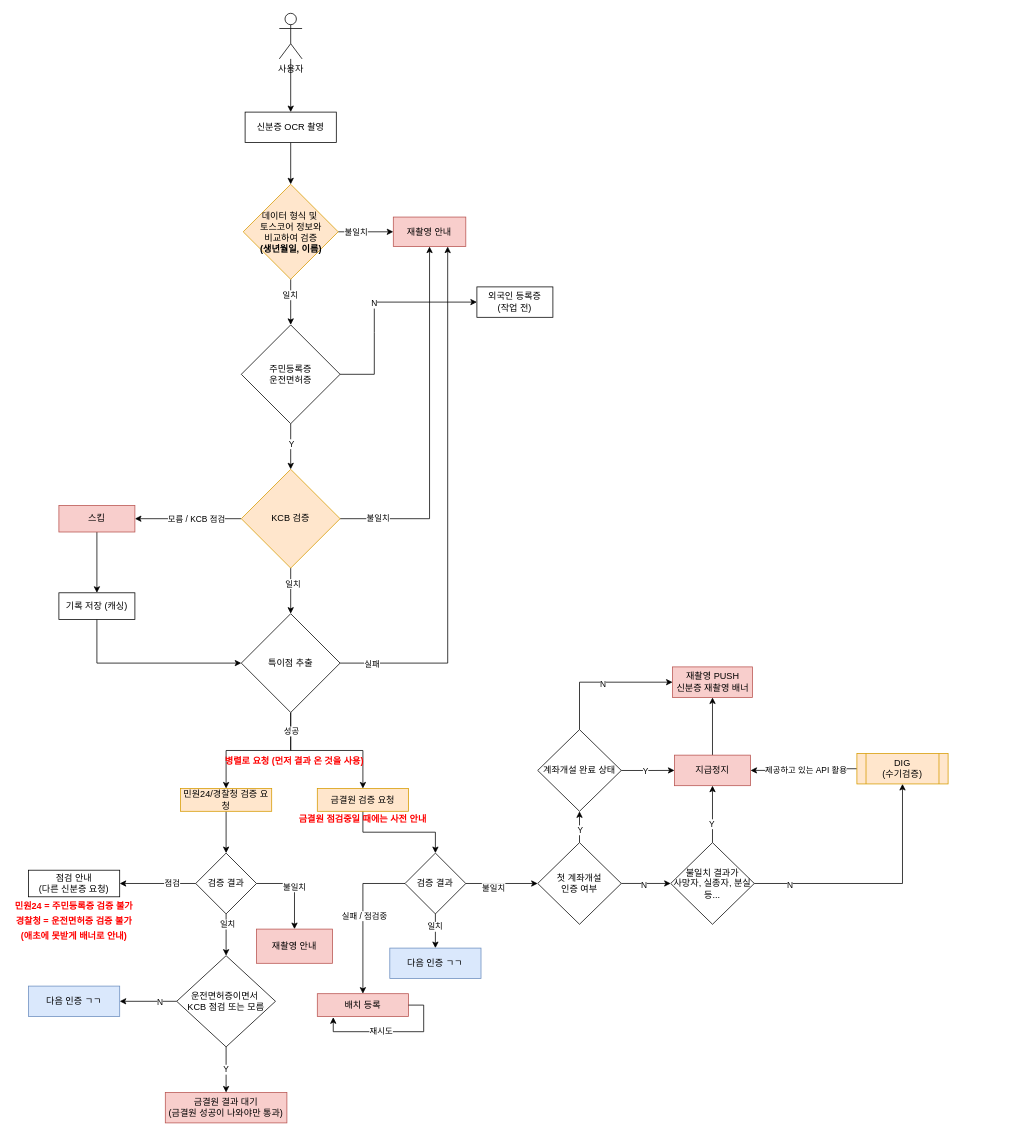
Earlier version of the draw.io diagram Untitled Diagram.drawio (krrrr-b/today-i-learn). Source tidied: cells renumbered, new cells numbered last; positions are measured from the earlier drawing's top-left corner, leaving out a move shared by most shapes. Both pictures are drawn from the tidied source at 76%, with x=0, y=0 at pixel (13, 13).
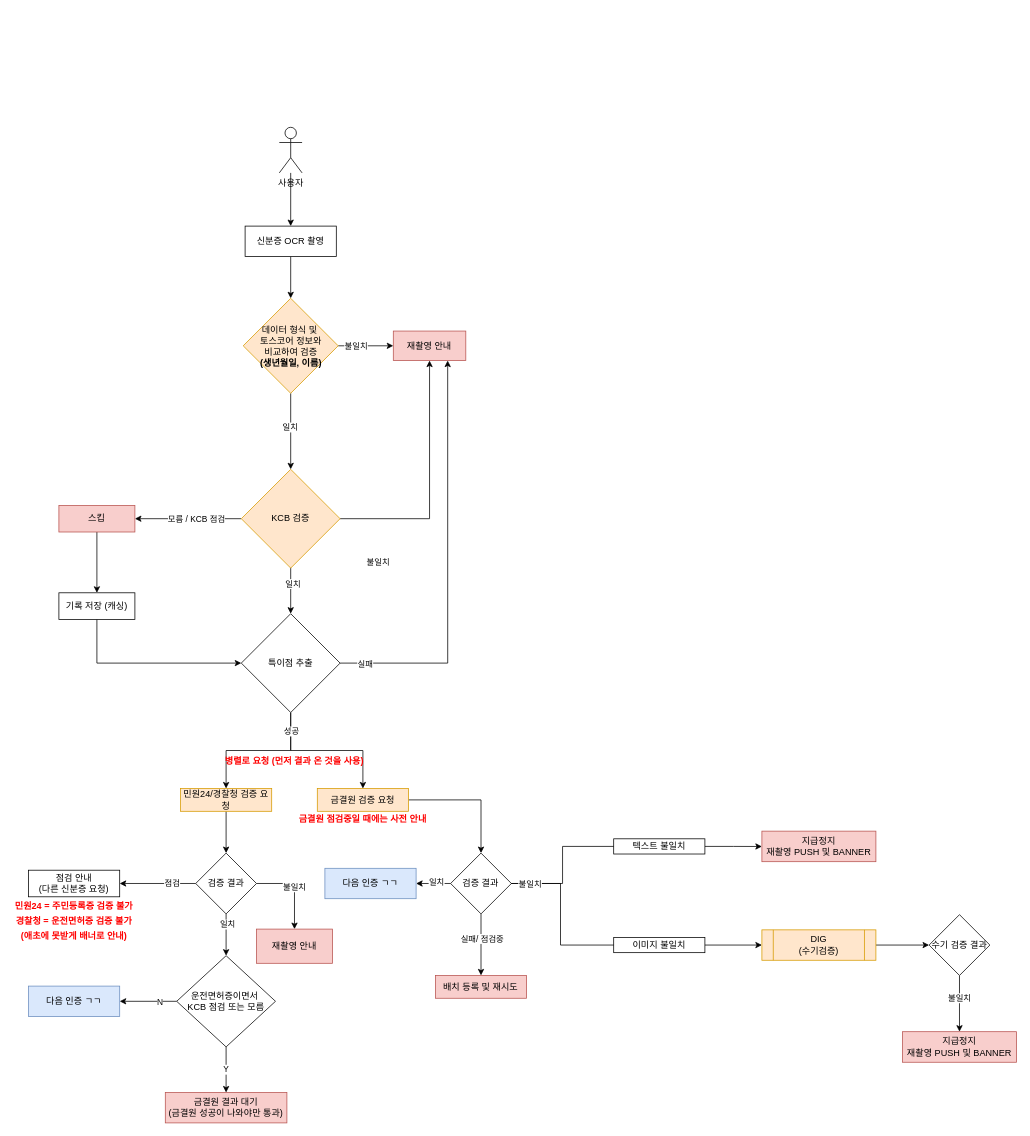
Above is the later version.

The change refers to these unchanged cells:
```xml
<mxCell id="23" value="KCB 검증" style="rhombus;whiteSpace=wrap;html=1;fillColor=#ffe6cc;strokeColor=#d79b00;" parent="1" vertex="1">
  <mxGeometry x="300" y="600" width="130" height="130" as="geometry" />
</mxCell>
```

Change to the diagram source:
```diff
@@
     <mxCell id="3" value="사용자" style="shape=umlActor;verticalLabelPosition=bottom;verticalAlign=top;html=1;outlineConnect=0;" parent="1" vertex="1">
-      <mxGeometry x="350" width="30" height="60" as="geometry" />
+      <mxGeometry x="350" y="150" width="30" height="60" as="geometry" />
     </mxCell>
@@
     <mxCell id="5" value="신분증 OCR 촬영" style="whiteSpace=wrap;html=1;verticalAlign=middle;" parent="1" vertex="1">
-      <mxGeometry x="305" y="130" width="120" height="40" as="geometry" />
+      <mxGeometry x="305" y="280" width="120" height="40" as="geometry" />
     </mxCell>
-    <mxCell id="6" style="edgeStyle=orthogonalEdgeStyle;rounded=0;jettySize=auto;html=1;" parent="1" edge="1" source="10" target="14">
-      <mxGeometry relative="1" as="geometry" />
+    <mxCell id="6" style="edgeStyle=orthogonalEdgeStyle;rounded=0;jettySize=auto;html=1;entryX=0.5;entryY=0;entryDx=0;entryDy=0;" parent="1" edge="1" source="10">
+      <mxGeometry relative="1" as="geometry">
+        <mxPoint x="365" y="600" as="targetPoint" />
+      </mxGeometry>
     </mxCell>
@@
     <mxCell id="10" value="데이터 형식 및&amp;nbsp;&lt;br&gt;토스코어 정보와 &lt;br&gt;비교하여 검증&lt;br&gt;&lt;b&gt;(생년월일, 이름)&lt;/b&gt;" style="rhombus;whiteSpace=wrap;html=1;verticalAlign=middle;fillColor=#ffe6cc;strokeColor=#d79b00;" parent="1" vertex="1">
-      <mxGeometry x="302.5" y="225" width="125" height="125" as="geometry" />
+      <mxGeometry x="302.5" y="375" width="125" height="125" as="geometry" />
     </mxCell>
-    <mxCell id="11" value="N" style="edgeStyle=orthogonalEdgeStyle;rounded=0;jettySize=auto;html=1;" parent="1" edge="1" source="14" target="15">
-      <mxGeometry relative="1" as="geometry">
-        <Array as="points">
-          <mxPoint x="475" y="475" />
-          <mxPoint x="475" y="420" />
-          <mxPoint x="475" y="420" />
-        </Array>
-      </mxGeometry>
-    </mxCell>
-    <mxCell id="12" style="edgeStyle=orthogonalEdgeStyle;rounded=0;jettySize=auto;html=1;" parent="1" edge="1" source="14" target="23">
-      <mxGeometry relative="1" as="geometry" />
+    <mxCell id="12" style="edgeStyle=orthogonalEdgeStyle;rounded=0;jettySize=auto;html=1;exitX=0.5;exitY=1;exitDx=0;exitDy=0;" parent="1" edge="1" target="23">
+      <mxGeometry relative="1" as="geometry">
+        <mxPoint x="365" y="660" as="sourcePoint" />
+      </mxGeometry>
     </mxCell>
@@
-    <mxCell id="14" value="주민등록증&lt;br&gt;운전면허증" style="rhombus;whiteSpace=wrap;html=1;" parent="1" vertex="1">
-      <mxGeometry x="300" y="410" width="130" height="130" as="geometry" />
-    </mxCell>
-    <mxCell id="15" value="외국인 등록증&lt;br&gt;(작업 전)" style="whiteSpace=wrap;html=1;" parent="1" vertex="1">
-      <mxGeometry x="610" y="360" width="100" height="40" as="geometry" />
-    </mxCell>
     <mxCell id="16" value="재촬영 안내" style="whiteSpace=wrap;html=1;fillColor=#f8cecc;strokeColor=#b85450;" parent="1" vertex="1">
-      <mxGeometry x="500" y="268.1" width="95.4" height="38.8" as="geometry" />
+      <mxGeometry x="500" y="418.1" width="95.4" height="38.8" as="geometry" />
     </mxCell>
@@
-    <mxCell id="45" style="edgeStyle=orthogonalEdgeStyle;rounded=0;jettySize=auto;html=1;fontColor=#FF0000;exitX=0;exitY=0.5;exitDx=0;exitDy=0;" parent="1" edge="1" source="51" target="62">
+    <mxCell id="45" style="edgeStyle=orthogonalEdgeStyle;rounded=0;jettySize=auto;html=1;fontColor=#FF0000;exitX=0;exitY=0.5;exitDx=0;exitDy=0;entryX=1;entryY=0.5;entryDx=0;entryDy=0;" parent="1" edge="1" source="51" target="65">
       <mxGeometry relative="1" as="geometry" />
     </mxCell>
-    <mxCell id="46" value="실패 / 점검중" style="edgeLabel;html=1;align=center;verticalAlign=middle;" parent="45" vertex="1">
-      <mxGeometry x="-0.02" y="1" relative="1" as="geometry" />
-    </mxCell>
-    <mxCell id="47" style="edgeStyle=orthogonalEdgeStyle;rounded=0;jettySize=auto;html=1;fontColor=#000000;" parent="1" edge="1" source="51" target="65">
-      <mxGeometry relative="1" as="geometry" />
-    </mxCell>
-    <mxCell id="48" value="일치" style="edgeLabel;html=1;align=center;verticalAlign=middle;fontColor=#000000;" parent="47" vertex="1">
-      <mxGeometry x="-0.29" y="-1" relative="1" as="geometry" />
+    <mxCell id="48" value="일치" style="edgeLabel;html=1;align=center;verticalAlign=middle;" parent="45" vertex="1">
+      <mxGeometry x="-0.15" y="-2" relative="1" as="geometry" />
     </mxCell>
-    <mxCell id="49" style="edgeStyle=orthogonalEdgeStyle;rounded=0;jettySize=auto;html=1;fontColor=#000000;" parent="1" edge="1" source="51">
+    <mxCell id="49" style="edgeStyle=orthogonalEdgeStyle;rounded=0;jettySize=auto;html=1;fontColor=#000000;startArrow=none;entryX=0;entryY=0.5;entryDx=0;entryDy=0;" parent="1" edge="1" source="91">
       <mxGeometry relative="1" as="geometry">
-        <mxPoint x="690" y="1145" as="targetPoint" />
+        <mxPoint x="985" y="1096.3" as="targetPoint" />
       </mxGeometry>
     </mxCell>
-    <mxCell id="50" value="불일치" style="edgeLabel;html=1;align=center;verticalAlign=middle;fontColor=#000000;" parent="49" vertex="1">
-      <mxGeometry x="-0.25" y="-5" relative="1" as="geometry" />
-    </mxCell>
+    <mxCell id="89" style="edgeStyle=orthogonalEdgeStyle;rounded=0;jettySize=auto;html=1;entryX=0.5;entryY=0;entryDx=0;entryDy=0;" parent="1" edge="1" source="51" target="97">
+      <mxGeometry relative="1" as="geometry" />
+    </mxCell>
+    <mxCell id="90" value="실패/ 점검중" style="edgeLabel;html=1;align=center;verticalAlign=middle;" parent="89" vertex="1">
+      <mxGeometry x="-0.21" y="1" relative="1" as="geometry" />
+    </mxCell>
     <mxCell id="51" value="&lt;span&gt;검증 결과&lt;/span&gt;" style="rhombus;whiteSpace=wrap;html=1;" parent="1" vertex="1">
-      <mxGeometry x="515.4" y="1105" width="80" height="80" as="geometry" />
+      <mxGeometry x="575.4" y="1105" width="80" height="80" as="geometry" />
     </mxCell>
@@
-    <mxCell id="62" value="&lt;font color=&quot;#000000&quot;&gt;배치 등록&lt;/font&gt;" style="rounded=0;whiteSpace=wrap;html=1;fillColor=#f8cecc;strokeColor=#b85450;" parent="1" vertex="1">
-      <mxGeometry x="400" y="1290" width="120" height="30" as="geometry" />
-    </mxCell>
-    <mxCell id="63" style="edgeStyle=orthogonalEdgeStyle;rounded=0;orthogonalLoop=1;jettySize=auto;html=1;entryX=0.175;entryY=1.033;entryDx=0;entryDy=0;entryPerimeter=0;fontColor=#000000;" parent="1" edge="1" source="62" target="62">
-      <mxGeometry relative="1" as="geometry">
-        <Array as="points">
-          <mxPoint x="540" y="1305" />
-          <mxPoint x="540" y="1340" />
-          <mxPoint x="421" y="1340" />
-        </Array>
-      </mxGeometry>
-    </mxCell>
-    <mxCell id="64" value="재시도" style="edgeLabel;html=1;align=center;verticalAlign=middle;fontColor=#000000;" parent="63" vertex="1">
-      <mxGeometry x="0.16" y="-2" relative="1" as="geometry" />
-    </mxCell>
     <mxCell id="65" value="다음 인증 ㄱㄱ" style="whiteSpace=wrap;html=1;fillColor=#dae8fc;strokeColor=#6c8ebf;" parent="1" vertex="1">
-      <mxGeometry x="495.4" y="1230" width="120" height="40" as="geometry" />
+      <mxGeometry x="410" y="1125" width="120" height="40" as="geometry" />
     </mxCell>
-    <mxCell id="66" style="edgeStyle=orthogonalEdgeStyle;rounded=0;jettySize=auto;html=1;fontColor=#000000;" parent="1" edge="1" source="70" target="75">
-      <mxGeometry relative="1" as="geometry" />
-    </mxCell>
-    <mxCell id="67" value="Y" style="edgeLabel;html=1;align=center;verticalAlign=middle;fontColor=#000000;" parent="66" vertex="1">
-      <mxGeometry x="-0.16" relative="1" as="geometry" />
-    </mxCell>
-    <mxCell id="68" style="edgeStyle=orthogonalEdgeStyle;rounded=0;jettySize=auto;html=1;fontColor=#000000;" parent="1" edge="1" source="70" target="85">
-      <mxGeometry relative="1" as="geometry" />
-    </mxCell>
-    <mxCell id="69" value="N" style="edgeLabel;html=1;align=center;verticalAlign=middle;fontColor=#000000;" parent="68" vertex="1">
-      <mxGeometry x="-0.12" y="-2" relative="1" as="geometry" />
-    </mxCell>
-    <mxCell id="70" value="첫 계좌개설 &lt;br&gt;인증 여부" style="rhombus;whiteSpace=wrap;html=1;" parent="1" vertex="1">
-      <mxGeometry x="690" y="1091.2" width="110" height="107.5" as="geometry" />
-    </mxCell>
-    <mxCell id="71" style="edgeStyle=orthogonalEdgeStyle;rounded=0;jettySize=auto;html=1;fontColor=#000000;" parent="1" edge="1" source="75" target="77">
-      <mxGeometry relative="1" as="geometry" />
-    </mxCell>
-    <mxCell id="72" value="Y" style="edgeLabel;html=1;align=center;verticalAlign=middle;fontColor=#000000;" parent="71" vertex="1">
-      <mxGeometry x="-0.09" y="-1" relative="1" as="geometry" />
-    </mxCell>
-    <mxCell id="73" style="edgeStyle=orthogonalEdgeStyle;rounded=0;jettySize=auto;html=1;entryX=0;entryY=0.5;entryDx=0;entryDy=0;fontColor=#000000;" parent="1" edge="1" source="75" target="86">
-      <mxGeometry relative="1" as="geometry">
-        <Array as="points">
-          <mxPoint x="745" y="880" />
-        </Array>
-      </mxGeometry>
-    </mxCell>
-    <mxCell id="74" value="N" style="edgeLabel;html=1;align=center;verticalAlign=middle;fontColor=#000000;" parent="73" vertex="1">
-      <mxGeometry x="0.01" y="-2" relative="1" as="geometry" />
-    </mxCell>
-    <mxCell id="75" value="계좌개설 완료 상태" style="rhombus;whiteSpace=wrap;html=1;" parent="1" vertex="1">
-      <mxGeometry x="690" y="942.5" width="110" height="107.5" as="geometry" />
-    </mxCell>
-    <mxCell id="76" style="edgeStyle=orthogonalEdgeStyle;rounded=0;jettySize=auto;html=1;entryX=0.5;entryY=1;entryDx=0;entryDy=0;fontColor=#000000;" parent="1" edge="1" source="77" target="86">
-      <mxGeometry relative="1" as="geometry" />
-    </mxCell>
-    <mxCell id="77" value="지급정지" style="whiteSpace=wrap;html=1;fillColor=#f8cecc;strokeColor=#b85450;" parent="1" vertex="1">
-      <mxGeometry x="870" y="976.1" width="100" height="40.2" as="geometry" />
-    </mxCell>
-    <mxCell id="78" style="edgeStyle=orthogonalEdgeStyle;rounded=0;jettySize=auto;html=1;entryX=1;entryY=0.5;entryDx=0;entryDy=0;fontColor=#000000;" parent="1" edge="1" source="80" target="77">
-      <mxGeometry relative="1" as="geometry" />
-    </mxCell>
-    <mxCell id="79" value="제공하고 있는 API 활용" style="edgeLabel;html=1;align=center;verticalAlign=middle;fontColor=#000000;" parent="78" vertex="1">
-      <mxGeometry x="-0.05" y="1" relative="1" as="geometry" />
-    </mxCell>
-    <mxCell id="80" value="DIG&lt;br&gt;(수기검증)" style="shape=process;whiteSpace=wrap;html=1;backgroundOutline=1;fillColor=#ffe6cc;strokeColor=#d79b00;" parent="1" vertex="1">
-      <mxGeometry x="1110" y="974" width="120" height="40" as="geometry" />
-    </mxCell>
-    <mxCell id="81" style="edgeStyle=orthogonalEdgeStyle;rounded=0;jettySize=auto;html=1;entryX=0.5;entryY=1;entryDx=0;entryDy=0;fontColor=#000000;" parent="1" edge="1" source="85" target="77">
-      <mxGeometry relative="1" as="geometry" />
-    </mxCell>
-    <mxCell id="82" value="Y" style="edgeLabel;html=1;align=center;verticalAlign=middle;fontColor=#000000;" parent="81" vertex="1">
-      <mxGeometry x="-0.33" y="2" relative="1" as="geometry" />
-    </mxCell>
-    <mxCell id="83" style="edgeStyle=orthogonalEdgeStyle;rounded=0;jettySize=auto;html=1;entryX=0.5;entryY=1;entryDx=0;entryDy=0;fontColor=#000000;" parent="1" edge="1" source="85" target="80">
-      <mxGeometry relative="1" as="geometry" />
-    </mxCell>
-    <mxCell id="84" value="N" style="edgeLabel;html=1;align=center;verticalAlign=middle;fontColor=#000000;" parent="83" vertex="1">
-      <mxGeometry x="-0.71" y="-1" relative="1" as="geometry" />
-    </mxCell>
-    <mxCell id="85" value="불일치 결과가&lt;br&gt;사망자, 실종자, 분실 등..." style="rhombus;whiteSpace=wrap;html=1;" parent="1" vertex="1">
-      <mxGeometry x="865" y="1091.2" width="110" height="107.5" as="geometry" />
-    </mxCell>
-    <mxCell id="86" value="재촬영 PUSH&lt;br&gt;신분증 재촬영 배너" style="whiteSpace=wrap;html=1;fillColor=#f8cecc;strokeColor=#b85450;" parent="1" vertex="1">
-      <mxGeometry x="867.5" y="860" width="105" height="40.2" as="geometry" />
-    </mxCell>
@@
+    <mxCell id="91" value="텍스트 불일치" style="rounded=0;whiteSpace=wrap;html=1;" parent="1" vertex="1">
+      <mxGeometry x="790" y="1086.2" width="120" height="20" as="geometry" />
+    </mxCell>
+    <mxCell id="92" style="edgeStyle=orthogonalEdgeStyle;rounded=0;jettySize=auto;html=1;fontColor=#000000;entryX=0;entryY=0.5;entryDx=0;entryDy=0;endArrow=none;exitX=1;exitY=0.5;exitDx=0;exitDy=0;" parent="1" edge="1" source="51" target="91">
+      <mxGeometry relative="1" as="geometry" />
+    </mxCell>
+    <mxCell id="93" style="edgeStyle=orthogonalEdgeStyle;rounded=0;jettySize=auto;html=1;entryX=0;entryY=0.5;entryDx=0;entryDy=0;" parent="1" edge="1" source="94" target="80">
+      <mxGeometry relative="1" as="geometry" />
+    </mxCell>
+    <mxCell id="94" value="이미지 불일치" style="rounded=0;whiteSpace=wrap;html=1;" parent="1" vertex="1">
+      <mxGeometry x="790" y="1216" width="120" height="20" as="geometry" />
+    </mxCell>
+    <mxCell id="95" style="edgeStyle=orthogonalEdgeStyle;rounded=0;jettySize=auto;html=1;entryX=0;entryY=0.5;entryDx=0;entryDy=0;endArrow=none;" parent="1" edge="1" target="94">
+      <mxGeometry relative="1" as="geometry">
+        <mxPoint x="655" y="1145" as="sourcePoint" />
+        <Array as="points">
+          <mxPoint x="720" y="1145" />
+          <mxPoint x="720" y="1226" />
+        </Array>
+      </mxGeometry>
+    </mxCell>
+    <mxCell id="96" value="불일치" style="edgeLabel;html=1;align=center;verticalAlign=middle;" parent="95" vertex="1">
+      <mxGeometry x="-0.84" relative="1" as="geometry">
+        <mxPoint x="7" as="offset" />
+      </mxGeometry>
+    </mxCell>
+    <mxCell id="97" value="&lt;font color=&quot;#000000&quot;&gt;배치 등록 및 재시도&lt;/font&gt;" style="rounded=0;whiteSpace=wrap;html=1;fillColor=#f8cecc;strokeColor=#b85450;" parent="1" vertex="1">
+      <mxGeometry x="555.4" y="1266" width="120" height="30" as="geometry" />
+    </mxCell>
+    <mxCell id="98" style="edgeStyle=orthogonalEdgeStyle;rounded=0;jettySize=auto;html=1;entryX=0;entryY=0.5;entryDx=0;entryDy=0;" parent="1" edge="1" source="80" target="102">
+      <mxGeometry relative="1" as="geometry" />
+    </mxCell>
+    <mxCell id="80" value="DIG&lt;br&gt;(수기검증)" style="shape=process;whiteSpace=wrap;html=1;backgroundOutline=1;fillColor=#ffe6cc;strokeColor=#d79b00;" parent="1" vertex="1">
+      <mxGeometry x="985" y="1206" width="150" height="40" as="geometry" />
+    </mxCell>
+    <mxCell id="99" value="지급정지&lt;br&gt;재촬영 PUSH 및 BANNER" style="whiteSpace=wrap;html=1;fillColor=#f8cecc;strokeColor=#b85450;" parent="1" vertex="1">
+      <mxGeometry x="1170" y="1340" width="150" height="40.2" as="geometry" />
+    </mxCell>
+    <mxCell id="100" style="edgeStyle=orthogonalEdgeStyle;rounded=0;jettySize=auto;html=1;entryX=0.5;entryY=0;entryDx=0;entryDy=0;" parent="1" edge="1" source="102" target="99">
+      <mxGeometry relative="1" as="geometry" />
+    </mxCell>
+    <mxCell id="101" value="불일치" style="edgeLabel;html=1;align=center;verticalAlign=middle;" parent="100" vertex="1">
+      <mxGeometry x="-0.22" y="-1" relative="1" as="geometry" />
+    </mxCell>
+    <mxCell id="102" value="&lt;span&gt;수기 검증 결과&lt;/span&gt;" style="rhombus;whiteSpace=wrap;html=1;" parent="1" vertex="1">
+      <mxGeometry x="1205" y="1186" width="80" height="80" as="geometry" />
+    </mxCell>
+    <mxCell id="103" value="지급정지&lt;br&gt;재촬영 PUSH 및 BANNER" style="whiteSpace=wrap;html=1;fillColor=#f8cecc;strokeColor=#b85450;" parent="1" vertex="1">
+      <mxGeometry x="985" y="1076.1" width="150" height="40.2" as="geometry" />
+    </mxCell>
```
